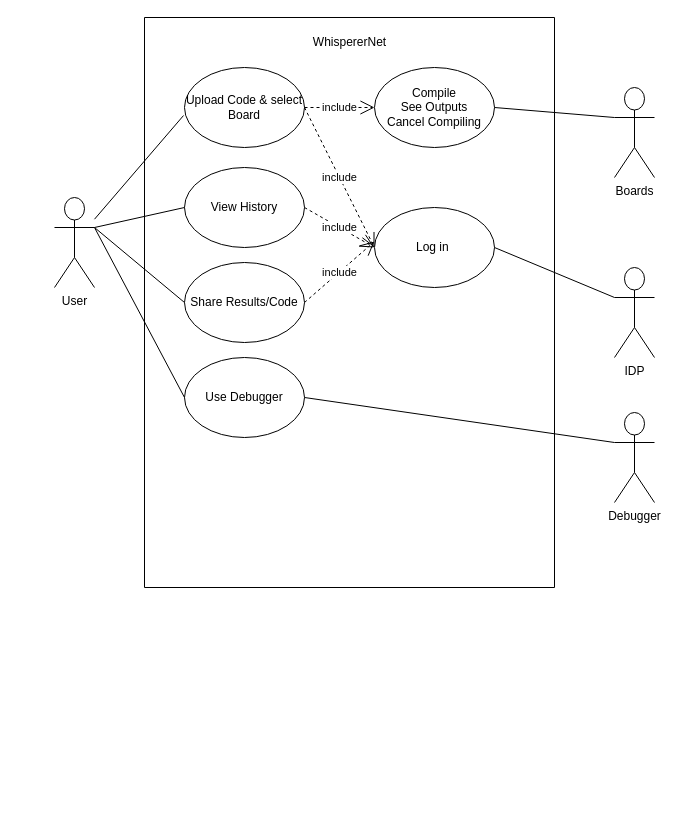
Duentemeiname/DjangoTestProjekts keeps this draw.io diagram as Unbenanntes Diagramm.drawio. Above is the earlier version. Source tidied: cells renumbered, new cells numbered last; positions are measured from the earlier drawing's top-left corner, leaving out a move shared by most shapes. Both pictures are drawn from the tidied source at 100%, with x=0, y=0 at pixel (54, 17).
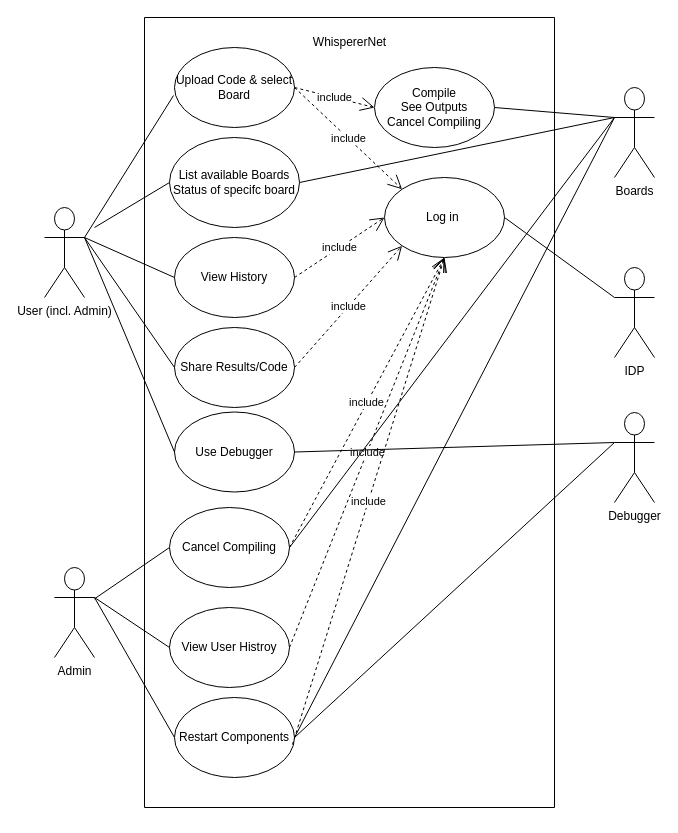
After the change.

Commit message:
Finish Editing

Unchanged cells that the change refers to:
```xml
<mxCell id="16" value="Boards" style="shape=umlActor;verticalLabelPosition=bottom;verticalAlign=top;html=1;outlineConnect=0;" parent="1" vertex="1">
  <mxGeometry x="560" y="70" width="40" height="90" as="geometry" />
</mxCell>
<mxCell id="21" value="Debugger" style="shape=umlActor;verticalLabelPosition=bottom;verticalAlign=top;html=1;outlineConnect=0;" parent="1" vertex="1">
  <mxGeometry x="560" y="395" width="40" height="90" as="geometry" />
</mxCell>
```

The edit, as a diff of the source:
```diff
@@
     <mxCell id="2" style="swimlane;startSize=0;" parent="1" vertex="1">
-      <mxGeometry x="90" width="410" height="570" as="geometry" />
+      <mxGeometry x="90" width="410" height="790" as="geometry" />
     </mxCell>
@@
     <mxCell id="4" value="Upload Code &amp;amp; select Board" style="ellipse;whiteSpace=wrap;html=1;" parent="2" vertex="1">
-      <mxGeometry x="40" y="50" width="120" height="80" as="geometry" />
+      <mxGeometry x="30" y="30" width="120" height="80" as="geometry" />
     </mxCell>
@@
     <mxCell id="6" value="View History" style="ellipse;whiteSpace=wrap;html=1;" parent="2" vertex="1">
-      <mxGeometry x="40" y="150" width="120" height="80" as="geometry" />
+      <mxGeometry x="30" y="220" width="120" height="80" as="geometry" />
     </mxCell>
     <mxCell id="7" value="Log in&amp;nbsp;" style="ellipse;whiteSpace=wrap;html=1;" parent="2" vertex="1">
-      <mxGeometry x="230" y="190" width="120" height="80" as="geometry" />
+      <mxGeometry x="240" y="160" width="120" height="80" as="geometry" />
     </mxCell>
     <mxCell id="8" value="Share Results/Code" style="ellipse;whiteSpace=wrap;html=1;" parent="2" vertex="1">
-      <mxGeometry x="40" y="245" width="120" height="80" as="geometry" />
+      <mxGeometry x="30" y="310" width="120" height="80" as="geometry" />
     </mxCell>
     <mxCell id="9" value="Use Debugger" style="ellipse;whiteSpace=wrap;html=1;" parent="2" vertex="1">
-      <mxGeometry x="40" y="340" width="120" height="80" as="geometry" />
+      <mxGeometry x="30" y="394.5" width="120" height="80" as="geometry" />
     </mxCell>
-    <mxCell id="10" value="include" style="endArrow=open;endSize=12;dashed=1;html=1;rounded=0;exitX=1;exitY=0.5;exitDx=0;exitDy=0;entryX=0;entryY=0.5;entryDx=0;entryDy=0;" parent="2" edge="1" source="4" target="7">
+    <mxCell id="10" value="include" style="endArrow=open;endSize=12;dashed=1;html=1;rounded=0;exitX=1;exitY=0.5;exitDx=0;exitDy=0;entryX=0;entryY=0;entryDx=0;entryDy=0;" parent="2" edge="1" source="4" target="7">
       <mxGeometry relative="1" as="geometry" />
     </mxCell>
@@
-    <mxCell id="12" value="include" style="endArrow=open;endSize=12;dashed=1;html=1;rounded=0;exitX=1;exitY=0.5;exitDx=0;exitDy=0;entryX=0;entryY=0.425;entryDx=0;entryDy=0;entryPerimeter=0;" parent="2" edge="1" source="8" target="7">
+    <mxCell id="12" value="include" style="endArrow=open;endSize=12;dashed=1;html=1;rounded=0;exitX=1;exitY=0.5;exitDx=0;exitDy=0;entryX=0;entryY=1;entryDx=0;entryDy=0;" parent="2" edge="1" source="8" target="7">
       <mxGeometry relative="1" as="geometry" />
     </mxCell>
@@
+    <mxCell id="25" value="List available Boards&lt;br&gt;Status of specifc board" style="ellipse;whiteSpace=wrap;html=1;" parent="2" vertex="1">
+      <mxGeometry x="25" y="120" width="130" height="90" as="geometry" />
+    </mxCell>
+    <mxCell id="26" value="Cancel Compiling" style="ellipse;whiteSpace=wrap;html=1;" parent="2" vertex="1">
+      <mxGeometry x="25" y="490" width="120" height="80" as="geometry" />
+    </mxCell>
+    <mxCell id="27" value="View User Histroy" style="ellipse;whiteSpace=wrap;html=1;" parent="2" vertex="1">
+      <mxGeometry x="25" y="590" width="120" height="80" as="geometry" />
+    </mxCell>
+    <mxCell id="28" value="include" style="endArrow=open;endSize=12;dashed=1;html=1;rounded=0;exitX=1;exitY=0.5;exitDx=0;exitDy=0;entryX=0.5;entryY=1;entryDx=0;entryDy=0;" parent="2" edge="1" source="27" target="7">
+      <mxGeometry relative="1" as="geometry" />
+    </mxCell>
+    <mxCell id="29" value="Restart Components" style="ellipse;whiteSpace=wrap;html=1;" parent="2" vertex="1">
+      <mxGeometry x="30" y="680" width="120" height="80" as="geometry" />
+    </mxCell>
+    <mxCell id="30" value="include" style="endArrow=open;endSize=12;dashed=1;html=1;rounded=0;exitX=0.983;exitY=0.588;exitDx=0;exitDy=0;entryX=0.5;entryY=1;entryDx=0;entryDy=0;exitPerimeter=0;" parent="2" edge="1" source="29" target="7">
+      <mxGeometry relative="1" as="geometry" />
+    </mxCell>
-    <mxCell id="14" value="User" style="shape=umlActor;verticalLabelPosition=bottom;verticalAlign=top;html=1;outlineConnect=0;" parent="1" vertex="1">
-      <mxGeometry y="180" width="40" height="90" as="geometry" />
+    <mxCell id="14" value="User (incl. Admin)" style="shape=umlActor;verticalLabelPosition=bottom;verticalAlign=top;html=1;outlineConnect=0;" parent="1" vertex="1">
+      <mxGeometry x="-10" y="190" width="40" height="90" as="geometry" />
     </mxCell>
@@
-    <mxCell id="17" style="endArrow=none;html=1;rounded=0;entryX=-0.008;entryY=0.6;entryDx=0;entryDy=0;entryPerimeter=0;" parent="1" edge="1" source="14" target="4">
+    <mxCell id="17" style="endArrow=none;html=1;rounded=0;entryX=-0.008;entryY=0.6;entryDx=0;entryDy=0;entryPerimeter=0;exitX=1;exitY=0.3333333333333333;exitDx=0;exitDy=0;exitPerimeter=0;" parent="1" edge="1" source="14" target="4">
       <mxGeometry relative="1" as="geometry" />
     </mxCell>
@@
+    <mxCell id="31" style="endArrow=none;html=1;rounded=0;entryX=0;entryY=0.5;entryDx=0;entryDy=0;" parent="1" edge="1" target="25">
+      <mxGeometry relative="1" as="geometry">
+        <mxPoint x="40" y="210" as="sourcePoint" />
+      </mxGeometry>
+    </mxCell>
+    <mxCell id="32" style="endArrow=none;html=1;rounded=0;entryX=0;entryY=0.5;entryDx=0;entryDy=0;exitX=1;exitY=0.5;exitDx=0;exitDy=0;" parent="1" edge="1" source="25">
+      <mxGeometry relative="1" as="geometry">
+        <mxPoint x="560" y="100" as="targetPoint" />
+      </mxGeometry>
+    </mxCell>
+    <mxCell id="33" style="edgeStyle=orthogonalEdgeStyle;rounded=0;orthogonalLoop=1;jettySize=auto;html=1;exitX=0.5;exitY=1;exitDx=0;exitDy=0;" parent="1" edge="1" source="2" target="2">
+      <mxGeometry relative="1" as="geometry" />
+    </mxCell>
+    <mxCell id="34" value="Admin" style="shape=umlActor;verticalLabelPosition=bottom;verticalAlign=top;html=1;outlineConnect=0;" parent="1" vertex="1">
+      <mxGeometry y="550" width="40" height="90" as="geometry" />
+    </mxCell>
+    <mxCell id="35" style="endArrow=none;html=1;rounded=0;exitX=1;exitY=0.3333333333333333;exitDx=0;exitDy=0;entryX=0;entryY=0.5;entryDx=0;entryDy=0;exitPerimeter=0;" parent="1" edge="1" source="34" target="27">
+      <mxGeometry relative="1" as="geometry" />
+    </mxCell>
+    <mxCell id="36" style="endArrow=none;html=1;rounded=0;entryX=0;entryY=0.5;entryDx=0;entryDy=0;" parent="1" edge="1" source="34" target="26">
+      <mxGeometry relative="1" as="geometry" />
+    </mxCell>
+    <mxCell id="37" value="include" style="endArrow=open;endSize=12;dashed=1;html=1;rounded=0;exitX=1;exitY=0.5;exitDx=0;exitDy=0;" parent="1" edge="1" source="26">
+      <mxGeometry relative="1" as="geometry">
+        <mxPoint x="390" y="240" as="targetPoint" />
+      </mxGeometry>
+    </mxCell>
+    <mxCell id="38" style="endArrow=none;html=1;rounded=0;entryX=0;entryY=0.3333333333333333;entryDx=0;entryDy=0;exitX=1;exitY=0.5;exitDx=0;exitDy=0;entryPerimeter=0;" parent="1" edge="1" source="26" target="16">
+      <mxGeometry relative="1" as="geometry" />
+    </mxCell>
+    <mxCell id="39" style="endArrow=none;html=1;rounded=0;entryX=0;entryY=0.5;entryDx=0;entryDy=0;" parent="1" edge="1" target="29">
+      <mxGeometry relative="1" as="geometry">
+        <mxPoint x="40" y="580" as="sourcePoint" />
+      </mxGeometry>
+    </mxCell>
+    <mxCell id="40" style="endArrow=none;html=1;rounded=0;exitX=1;exitY=0.5;exitDx=0;exitDy=0;" parent="1" edge="1" source="29">
+      <mxGeometry relative="1" as="geometry">
+        <mxPoint x="560" y="100" as="targetPoint" />
+      </mxGeometry>
+    </mxCell>
+    <mxCell id="41" style="endArrow=none;html=1;rounded=0;exitX=1;exitY=0.5;exitDx=0;exitDy=0;entryX=0;entryY=0.3333333333333333;entryDx=0;entryDy=0;entryPerimeter=0;" parent="1" edge="1" source="29" target="21">
+      <mxGeometry relative="1" as="geometry" />
+    </mxCell>
```
